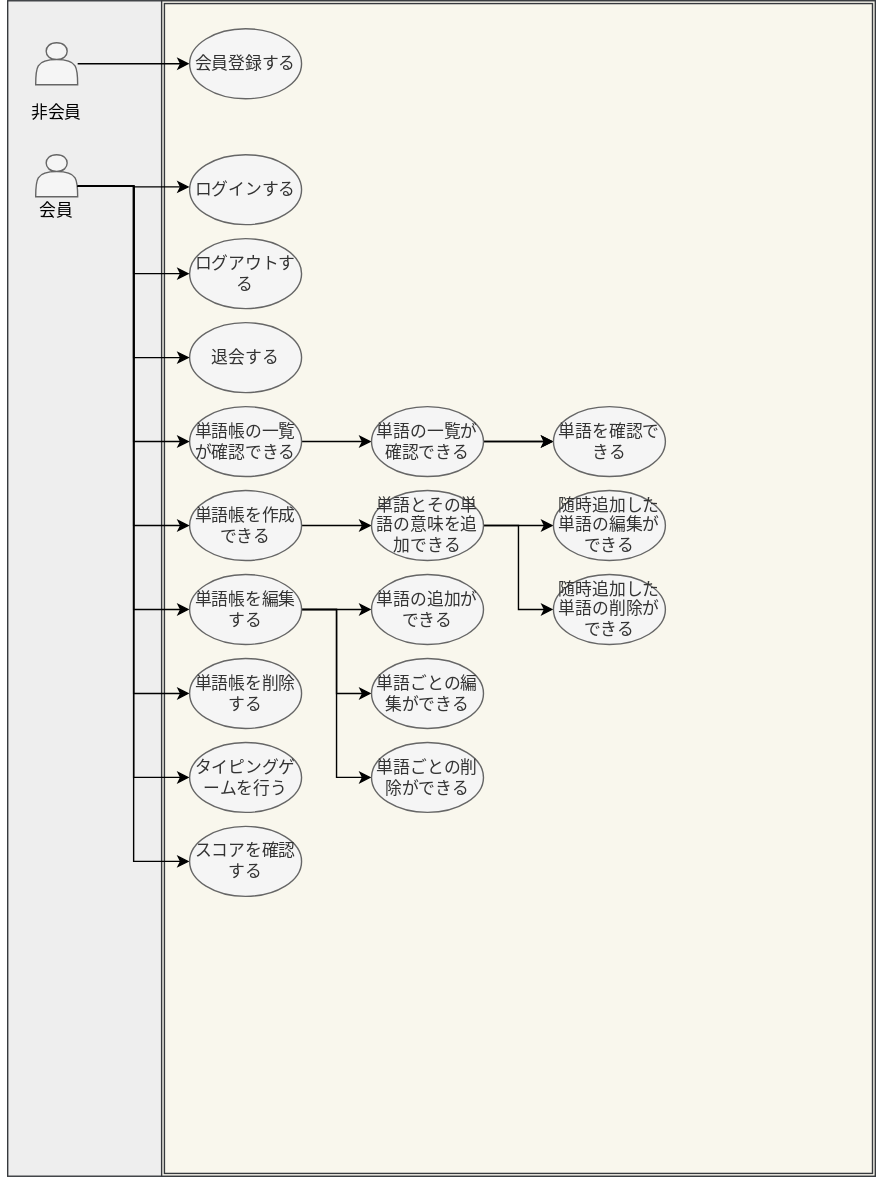
The draw.io diagram docs/images/usecase-diagram.drawio.svg in rikkyrice/typing-game, before a commit. Source tidied: cells renumbered, new cells last; positions are measured from the earlier drawing's top-left corner, leaving out a move shared by most shapes. Source of this version:
```xml
<mxGraphModel>
  <root>
    <mxCell id="0" />
    <mxCell id="1" parent="0" />
    <mxCell id="2" style="rounded=0;whiteSpace=wrap;html=1;strokeColor=#36393d;fillColor=#eeeeee;" parent="1" vertex="1">
      <mxGeometry x="5" width="620" height="840" as="geometry" />
    </mxCell>
    <mxCell id="3" style="rounded=0;whiteSpace=wrap;html=1;" parent="1" vertex="1">
      <mxGeometry x="155" y="250" width="120" height="60" as="geometry" />
    </mxCell>
    <mxCell id="4" style="shape=ext;double=1;rounded=0;whiteSpace=wrap;html=1;fillColor=#f9f7ed;strokeColor=#36393d;" parent="1" vertex="1">
      <mxGeometry x="115" width="510" height="840" as="geometry" />
    </mxCell>
    <mxCell id="5" style="edgeStyle=orthogonalEdgeStyle;rounded=0;jettySize=auto;html=1;entryX=0;entryY=0.5;entryDx=0;entryDy=0;strokeColor=#000000;" parent="1" edge="1" source="6" target="7">
      <mxGeometry relative="1" as="geometry" />
    </mxCell>
    <mxCell id="6" style="shape=actor;whiteSpace=wrap;html=1;fillColor=#f5f5f5;strokeColor=#666666;fontColor=#333333;" parent="1" vertex="1">
      <mxGeometry x="25" y="30" width="30" height="30" as="geometry" />
    </mxCell>
    <mxCell id="7" value="会員登録する" style="ellipse;whiteSpace=wrap;html=1;fillColor=#f5f5f5;strokeColor=#666666;fontColor=#333333;" parent="1" vertex="1">
      <mxGeometry x="135" y="20" width="80" height="50" as="geometry" />
    </mxCell>
    <object id="8" label="&lt;font color=&quot;#000000&quot;&gt;非会員&lt;/font&gt;" name="Variable" placeholders="1">
      <mxCell style="text;html=1;align=center;verticalAlign=middle;whiteSpace=wrap;overflow=hidden;" parent="1" vertex="1">
        <mxGeometry y="70" width="80" height="20" as="geometry" />
      </mxCell>
    </object>
    <mxCell id="9" style="edgeStyle=orthogonalEdgeStyle;rounded=0;jettySize=auto;html=1;exitX=1;exitY=0.75;exitDx=0;exitDy=0;entryX=0;entryY=0.5;entryDx=0;entryDy=0;strokeColor=#000000;fontColor=#333333;" parent="1" edge="1" source="12" target="33">
      <mxGeometry relative="1" as="geometry" />
    </mxCell>
    <mxCell id="10" style="edgeStyle=orthogonalEdgeStyle;rounded=0;jettySize=auto;html=1;exitX=1;exitY=0.75;exitDx=0;exitDy=0;entryX=0;entryY=0.5;entryDx=0;entryDy=0;strokeColor=#000000;fontColor=#333333;" parent="1" edge="1" source="12" target="34">
      <mxGeometry relative="1" as="geometry" />
    </mxCell>
    <mxCell id="11" style="edgeStyle=orthogonalEdgeStyle;rounded=0;jettySize=auto;html=1;exitX=1;exitY=0.75;exitDx=0;exitDy=0;entryX=0;entryY=0.5;entryDx=0;entryDy=0;strokeColor=#000000;fontColor=#333333;" parent="1" edge="1" source="12" target="35">
      <mxGeometry relative="1" as="geometry" />
    </mxCell>
    <mxCell id="12" style="shape=actor;whiteSpace=wrap;html=1;fillColor=#f5f5f5;strokeColor=#666666;fontColor=#333333;" parent="1" vertex="1">
      <mxGeometry x="25" y="110" width="30" height="30" as="geometry" />
    </mxCell>
    <object id="13" label="&lt;font color=&quot;#000000&quot;&gt;会員&lt;/font&gt;" name="Variable" placeholders="1">
      <mxCell style="text;html=1;strokeColor=none;fillColor=none;align=center;verticalAlign=middle;whiteSpace=wrap;overflow=hidden;" parent="1" vertex="1">
        <mxGeometry y="140" width="80" height="20" as="geometry" />
      </mxCell>
    </object>
    <mxCell id="14" value="ログインする" style="ellipse;whiteSpace=wrap;html=1;fillColor=#f5f5f5;strokeColor=#666666;fontColor=#333333;" parent="1" vertex="1">
      <mxGeometry x="135" y="110" width="80" height="50" as="geometry" />
    </mxCell>
    <mxCell id="15" style="edgeStyle=orthogonalEdgeStyle;rounded=0;jettySize=auto;html=1;strokeColor=#000000;exitX=1;exitY=0.75;exitDx=0;exitDy=0;" parent="1" edge="1" source="12">
      <mxGeometry relative="1" as="geometry">
        <mxPoint x="135" y="133" as="targetPoint" />
      </mxGeometry>
    </mxCell>
    <mxCell id="16" value="ログアウトする" style="ellipse;whiteSpace=wrap;html=1;fillColor=#f5f5f5;strokeColor=#666666;fontColor=#333333;" parent="1" vertex="1">
      <mxGeometry x="135" y="170" width="80" height="50" as="geometry" />
    </mxCell>
    <mxCell id="17" style="edgeStyle=orthogonalEdgeStyle;rounded=0;jettySize=auto;html=1;strokeColor=#000000;exitX=1;exitY=0.75;exitDx=0;exitDy=0;entryX=0;entryY=0.5;entryDx=0;entryDy=0;" parent="1" edge="1" source="12" target="16">
      <mxGeometry relative="1" as="geometry" />
    </mxCell>
    <mxCell id="18" value="退会する" style="ellipse;whiteSpace=wrap;html=1;fillColor=#f5f5f5;strokeColor=#666666;fontColor=#333333;" parent="1" vertex="1">
      <mxGeometry x="135" y="230" width="80" height="50" as="geometry" />
    </mxCell>
    <mxCell id="19" style="edgeStyle=orthogonalEdgeStyle;rounded=0;jettySize=auto;html=1;strokeColor=#000000;exitX=1;exitY=0.75;exitDx=0;exitDy=0;entryX=0;entryY=0.5;entryDx=0;entryDy=0;" parent="1" edge="1" source="12" target="18">
      <mxGeometry relative="1" as="geometry" />
    </mxCell>
    <mxCell id="20" style="edgeStyle=orthogonalEdgeStyle;rounded=0;jettySize=auto;html=1;strokeColor=#000000;fontColor=#333333;entryX=0;entryY=0.5;entryDx=0;entryDy=0;exitX=1;exitY=0.75;exitDx=0;exitDy=0;" parent="1" edge="1" source="12" target="30">
      <mxGeometry relative="1" as="geometry" />
    </mxCell>
    <mxCell id="21" style="edgeStyle=orthogonalEdgeStyle;rounded=0;jettySize=auto;html=1;exitX=1;exitY=0.5;exitDx=0;exitDy=0;entryX=0;entryY=0.5;entryDx=0;entryDy=0;strokeColor=#000000;fontColor=#333333;" parent="1" edge="1" source="43" target="38">
      <mxGeometry relative="1" as="geometry" />
    </mxCell>
    <mxCell id="22" style="edgeStyle=orthogonalEdgeStyle;rounded=0;jettySize=auto;html=1;exitX=1;exitY=0.5;exitDx=0;exitDy=0;entryX=0;entryY=0.5;entryDx=0;entryDy=0;strokeColor=#000000;fontColor=#333333;" parent="1" edge="1" source="25" target="39">
      <mxGeometry relative="1" as="geometry" />
    </mxCell>
    <mxCell id="23" style="edgeStyle=orthogonalEdgeStyle;rounded=0;jettySize=auto;html=1;exitX=1;exitY=0.5;exitDx=0;exitDy=0;entryX=0;entryY=0.5;entryDx=0;entryDy=0;strokeColor=#000000;fontColor=#333333;" parent="1" edge="1" source="39" target="40">
      <mxGeometry relative="1" as="geometry" />
    </mxCell>
    <mxCell id="24" style="edgeStyle=orthogonalEdgeStyle;rounded=0;jettySize=auto;html=1;exitX=1;exitY=0.5;exitDx=0;exitDy=0;entryX=0;entryY=0.5;entryDx=0;entryDy=0;strokeColor=#000000;fontColor=#333333;" parent="1" edge="1" source="39" target="41">
      <mxGeometry relative="1" as="geometry" />
    </mxCell>
    <mxCell id="25" value="単語帳を作成できる" style="ellipse;whiteSpace=wrap;html=1;fillColor=#f5f5f5;strokeColor=#666666;fontColor=#333333;" parent="1" vertex="1">
      <mxGeometry x="135" y="350" width="80" height="50" as="geometry" />
    </mxCell>
    <mxCell id="26" style="edgeStyle=orthogonalEdgeStyle;rounded=0;jettySize=auto;html=1;strokeColor=#000000;exitX=1;exitY=0.75;exitDx=0;exitDy=0;entryX=0;entryY=0.5;entryDx=0;entryDy=0;" parent="1" edge="1" source="12" target="25">
      <mxGeometry relative="1" as="geometry" />
    </mxCell>
    <mxCell id="27" style="edgeStyle=orthogonalEdgeStyle;rounded=0;jettySize=auto;html=1;exitX=1;exitY=0.5;exitDx=0;exitDy=0;entryX=0;entryY=0.5;entryDx=0;entryDy=0;strokeColor=#000000;fontColor=#333333;" parent="1" edge="1" source="30" target="31">
      <mxGeometry relative="1" as="geometry" />
    </mxCell>
    <mxCell id="28" style="edgeStyle=orthogonalEdgeStyle;rounded=0;jettySize=auto;html=1;strokeColor=#000000;fontColor=#333333;entryX=0;entryY=0.5;entryDx=0;entryDy=0;" parent="1" edge="1" source="30" target="42">
      <mxGeometry relative="1" as="geometry" />
    </mxCell>
    <mxCell id="29" style="edgeStyle=orthogonalEdgeStyle;rounded=0;jettySize=auto;html=1;entryX=0;entryY=0.5;entryDx=0;entryDy=0;strokeColor=#000000;fontColor=#333333;" parent="1" edge="1" source="30" target="32">
      <mxGeometry relative="1" as="geometry" />
    </mxCell>
    <mxCell id="30" value="単語帳を編集する" style="ellipse;whiteSpace=wrap;html=1;fillColor=#f5f5f5;strokeColor=#666666;fontColor=#333333;" parent="1" vertex="1">
      <mxGeometry x="135" y="410" width="80" height="50" as="geometry" />
    </mxCell>
    <mxCell id="31" value="単語ごとの編集ができる" style="ellipse;whiteSpace=wrap;html=1;fillColor=#f5f5f5;strokeColor=#666666;fontColor=#333333;" parent="1" vertex="1">
      <mxGeometry x="265" y="470" width="80" height="50" as="geometry" />
    </mxCell>
    <mxCell id="32" value="単語ごとの削除ができる" style="ellipse;whiteSpace=wrap;html=1;fillColor=#f5f5f5;strokeColor=#666666;fontColor=#333333;" parent="1" vertex="1">
      <mxGeometry x="265" y="530" width="80" height="50" as="geometry" />
    </mxCell>
    <mxCell id="33" value="単語帳を削除する" style="ellipse;whiteSpace=wrap;html=1;fillColor=#f5f5f5;strokeColor=#666666;fontColor=#333333;" parent="1" vertex="1">
      <mxGeometry x="135" y="470" width="80" height="50" as="geometry" />
    </mxCell>
    <mxCell id="34" value="タイピングゲームを行う" style="ellipse;whiteSpace=wrap;html=1;fillColor=#f5f5f5;strokeColor=#666666;fontColor=#333333;" parent="1" vertex="1">
      <mxGeometry x="135" y="530" width="80" height="50" as="geometry" />
    </mxCell>
    <mxCell id="35" value="スコアを確認する" style="ellipse;whiteSpace=wrap;html=1;fillColor=#f5f5f5;strokeColor=#666666;fontColor=#333333;" parent="1" vertex="1">
      <mxGeometry x="135" y="590" width="80" height="50" as="geometry" />
    </mxCell>
    <mxCell id="36" style="edgeStyle=orthogonalEdgeStyle;rounded=0;jettySize=auto;html=1;exitX=1;exitY=0.5;exitDx=0;exitDy=0;entryX=0;entryY=0.5;entryDx=0;entryDy=0;" parent="1" edge="1" source="38" target="45">
      <mxGeometry relative="1" as="geometry" />
    </mxCell>
    <mxCell id="37" style="edgeStyle=orthogonalEdgeStyle;rounded=0;jettySize=auto;html=1;exitX=1;exitY=0.5;exitDx=0;exitDy=0;entryX=0;entryY=0.5;entryDx=0;entryDy=0;strokeColor=#000000;" parent="1" edge="1" source="38" target="45">
      <mxGeometry relative="1" as="geometry" />
    </mxCell>
    <mxCell id="38" value="単語の一覧が確認できる" style="ellipse;whiteSpace=wrap;html=1;fillColor=#f5f5f5;strokeColor=#666666;fontColor=#333333;" parent="1" vertex="1">
      <mxGeometry x="265" y="290" width="80" height="50" as="geometry" />
    </mxCell>
    <mxCell id="39" value="単語とその単語の意味を追加できる" style="ellipse;whiteSpace=wrap;html=1;fillColor=#f5f5f5;strokeColor=#666666;fontColor=#333333;" parent="1" vertex="1">
      <mxGeometry x="265" y="350" width="80" height="50" as="geometry" />
    </mxCell>
    <mxCell id="40" value="随時追加した単語の編集ができる" style="ellipse;whiteSpace=wrap;html=1;fillColor=#f5f5f5;strokeColor=#666666;fontColor=#333333;" parent="1" vertex="1">
      <mxGeometry x="395" y="350" width="80" height="50" as="geometry" />
    </mxCell>
    <mxCell id="41" value="随時追加した単語の削除ができる" style="ellipse;whiteSpace=wrap;html=1;fillColor=#f5f5f5;strokeColor=#666666;fontColor=#333333;" parent="1" vertex="1">
      <mxGeometry x="395" y="410" width="80" height="50" as="geometry" />
    </mxCell>
    <mxCell id="42" value="単語の追加ができる" style="ellipse;whiteSpace=wrap;html=1;fillColor=#f5f5f5;strokeColor=#666666;fontColor=#333333;" parent="1" vertex="1">
      <mxGeometry x="265" y="410" width="80" height="50" as="geometry" />
    </mxCell>
    <mxCell id="43" value="単語帳の一覧が確認できる" style="ellipse;whiteSpace=wrap;html=1;fillColor=#f5f5f5;strokeColor=#666666;fontColor=#333333;" parent="1" vertex="1">
      <mxGeometry x="135" y="290" width="80" height="50" as="geometry" />
    </mxCell>
    <mxCell id="44" style="edgeStyle=orthogonalEdgeStyle;rounded=0;jettySize=auto;html=1;strokeColor=#000000;exitX=1;exitY=0.75;exitDx=0;exitDy=0;entryX=0;entryY=0.5;entryDx=0;entryDy=0;" parent="1" edge="1" source="12" target="43">
      <mxGeometry relative="1" as="geometry" />
    </mxCell>
    <mxCell id="45" value="単語を確認できる" style="ellipse;whiteSpace=wrap;html=1;fillColor=#f5f5f5;strokeColor=#666666;fontColor=#333333;" parent="1" vertex="1">
      <mxGeometry x="395" y="290" width="80" height="50" as="geometry" />
    </mxCell>
  </root>
</mxGraphModel>
```
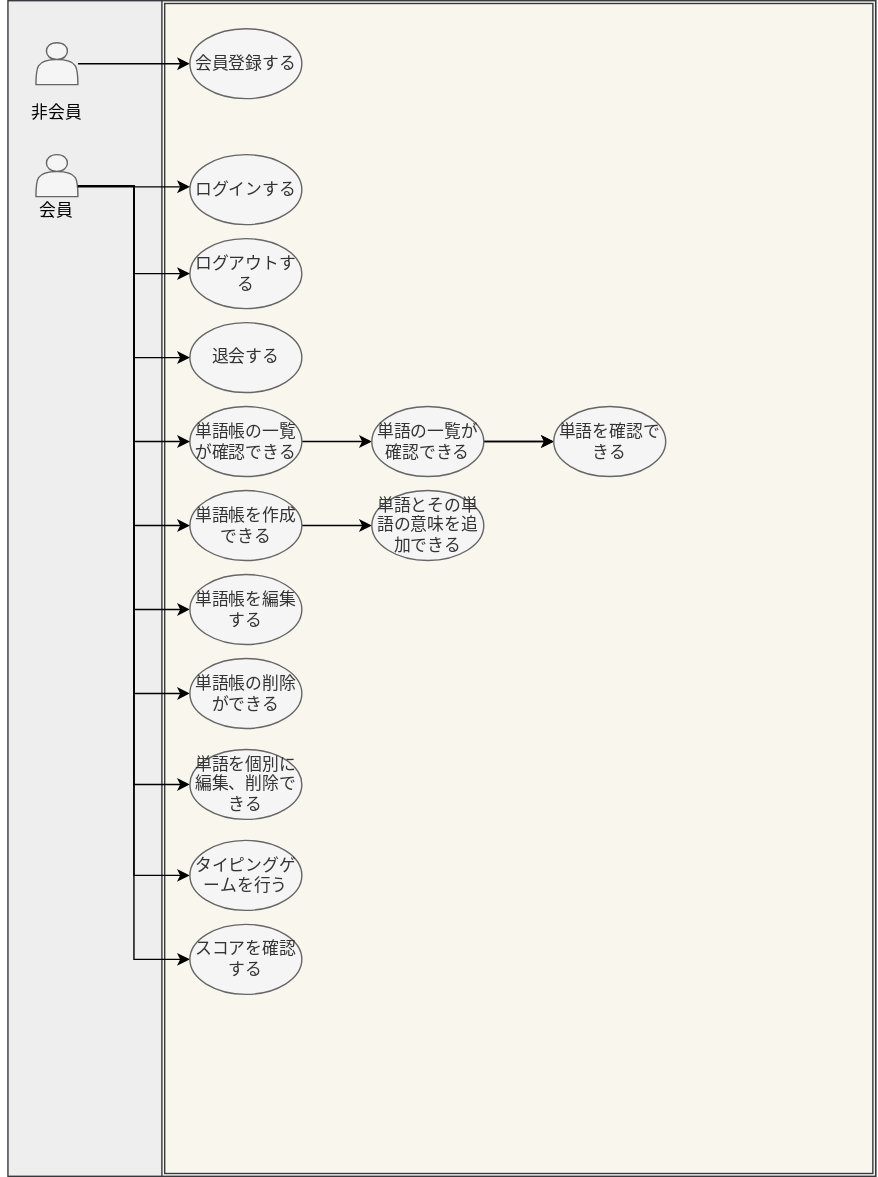
Above is the later version.

The edit, as a diff of the source:
```diff
@@ -71,44 +71,23 @@
     <mxCell id="22" style="edgeStyle=orthogonalEdgeStyle;rounded=0;jettySize=auto;html=1;exitX=1;exitY=0.5;exitDx=0;exitDy=0;entryX=0;entryY=0.5;entryDx=0;entryDy=0;strokeColor=#000000;fontColor=#333333;" parent="1" edge="1" source="25" target="39">
       <mxGeometry relative="1" as="geometry" />
     </mxCell>
-    <mxCell id="23" style="edgeStyle=orthogonalEdgeStyle;rounded=0;jettySize=auto;html=1;exitX=1;exitY=0.5;exitDx=0;exitDy=0;entryX=0;entryY=0.5;entryDx=0;entryDy=0;strokeColor=#000000;fontColor=#333333;" parent="1" edge="1" source="39" target="40">
-      <mxGeometry relative="1" as="geometry" />
-    </mxCell>
-    <mxCell id="24" style="edgeStyle=orthogonalEdgeStyle;rounded=0;jettySize=auto;html=1;exitX=1;exitY=0.5;exitDx=0;exitDy=0;entryX=0;entryY=0.5;entryDx=0;entryDy=0;strokeColor=#000000;fontColor=#333333;" parent="1" edge="1" source="39" target="41">
-      <mxGeometry relative="1" as="geometry" />
-    </mxCell>
     <mxCell id="25" value="単語帳を作成できる" style="ellipse;whiteSpace=wrap;html=1;fillColor=#f5f5f5;strokeColor=#666666;fontColor=#333333;" parent="1" vertex="1">
       <mxGeometry x="135" y="350" width="80" height="50" as="geometry" />
     </mxCell>
     <mxCell id="26" style="edgeStyle=orthogonalEdgeStyle;rounded=0;jettySize=auto;html=1;strokeColor=#000000;exitX=1;exitY=0.75;exitDx=0;exitDy=0;entryX=0;entryY=0.5;entryDx=0;entryDy=0;" parent="1" edge="1" source="12" target="25">
       <mxGeometry relative="1" as="geometry" />
     </mxCell>
-    <mxCell id="27" style="edgeStyle=orthogonalEdgeStyle;rounded=0;jettySize=auto;html=1;exitX=1;exitY=0.5;exitDx=0;exitDy=0;entryX=0;entryY=0.5;entryDx=0;entryDy=0;strokeColor=#000000;fontColor=#333333;" parent="1" edge="1" source="30" target="31">
-      <mxGeometry relative="1" as="geometry" />
-    </mxCell>
-    <mxCell id="28" style="edgeStyle=orthogonalEdgeStyle;rounded=0;jettySize=auto;html=1;strokeColor=#000000;fontColor=#333333;entryX=0;entryY=0.5;entryDx=0;entryDy=0;" parent="1" edge="1" source="30" target="42">
-      <mxGeometry relative="1" as="geometry" />
-    </mxCell>
-    <mxCell id="29" style="edgeStyle=orthogonalEdgeStyle;rounded=0;jettySize=auto;html=1;entryX=0;entryY=0.5;entryDx=0;entryDy=0;strokeColor=#000000;fontColor=#333333;" parent="1" edge="1" source="30" target="32">
-      <mxGeometry relative="1" as="geometry" />
-    </mxCell>
     <mxCell id="30" value="単語帳を編集する" style="ellipse;whiteSpace=wrap;html=1;fillColor=#f5f5f5;strokeColor=#666666;fontColor=#333333;" parent="1" vertex="1">
       <mxGeometry x="135" y="410" width="80" height="50" as="geometry" />
     </mxCell>
-    <mxCell id="31" value="単語ごとの編集ができる" style="ellipse;whiteSpace=wrap;html=1;fillColor=#f5f5f5;strokeColor=#666666;fontColor=#333333;" parent="1" vertex="1">
-      <mxGeometry x="265" y="470" width="80" height="50" as="geometry" />
-    </mxCell>
-    <mxCell id="32" value="単語ごとの削除ができる" style="ellipse;whiteSpace=wrap;html=1;fillColor=#f5f5f5;strokeColor=#666666;fontColor=#333333;" parent="1" vertex="1">
-      <mxGeometry x="265" y="530" width="80" height="50" as="geometry" />
-    </mxCell>
-    <mxCell id="33" value="単語帳を削除する" style="ellipse;whiteSpace=wrap;html=1;fillColor=#f5f5f5;strokeColor=#666666;fontColor=#333333;" parent="1" vertex="1">
+    <mxCell id="33" value="単語帳の削除ができる" style="ellipse;whiteSpace=wrap;html=1;fillColor=#f5f5f5;strokeColor=#666666;fontColor=#333333;" parent="1" vertex="1">
       <mxGeometry x="135" y="470" width="80" height="50" as="geometry" />
     </mxCell>
     <mxCell id="34" value="タイピングゲームを行う" style="ellipse;whiteSpace=wrap;html=1;fillColor=#f5f5f5;strokeColor=#666666;fontColor=#333333;" parent="1" vertex="1">
-      <mxGeometry x="135" y="530" width="80" height="50" as="geometry" />
+      <mxGeometry x="135" y="600" width="80" height="50" as="geometry" />
     </mxCell>
     <mxCell id="35" value="スコアを確認する" style="ellipse;whiteSpace=wrap;html=1;fillColor=#f5f5f5;strokeColor=#666666;fontColor=#333333;" parent="1" vertex="1">
-      <mxGeometry x="135" y="590" width="80" height="50" as="geometry" />
+      <mxGeometry x="135" y="660" width="80" height="50" as="geometry" />
     </mxCell>
     <mxCell id="36" style="edgeStyle=orthogonalEdgeStyle;rounded=0;jettySize=auto;html=1;exitX=1;exitY=0.5;exitDx=0;exitDy=0;entryX=0;entryY=0.5;entryDx=0;entryDy=0;" parent="1" edge="1" source="38" target="45">
       <mxGeometry relative="1" as="geometry" />
@@ -122,15 +101,6 @@
     <mxCell id="39" value="単語とその単語の意味を追加できる" style="ellipse;whiteSpace=wrap;html=1;fillColor=#f5f5f5;strokeColor=#666666;fontColor=#333333;" parent="1" vertex="1">
       <mxGeometry x="265" y="350" width="80" height="50" as="geometry" />
     </mxCell>
-    <mxCell id="40" value="随時追加した単語の編集ができる" style="ellipse;whiteSpace=wrap;html=1;fillColor=#f5f5f5;strokeColor=#666666;fontColor=#333333;" parent="1" vertex="1">
-      <mxGeometry x="395" y="350" width="80" height="50" as="geometry" />
-    </mxCell>
-    <mxCell id="41" value="随時追加した単語の削除ができる" style="ellipse;whiteSpace=wrap;html=1;fillColor=#f5f5f5;strokeColor=#666666;fontColor=#333333;" parent="1" vertex="1">
-      <mxGeometry x="395" y="410" width="80" height="50" as="geometry" />
-    </mxCell>
-    <mxCell id="42" value="単語の追加ができる" style="ellipse;whiteSpace=wrap;html=1;fillColor=#f5f5f5;strokeColor=#666666;fontColor=#333333;" parent="1" vertex="1">
-      <mxGeometry x="265" y="410" width="80" height="50" as="geometry" />
-    </mxCell>
     <mxCell id="43" value="単語帳の一覧が確認できる" style="ellipse;whiteSpace=wrap;html=1;fillColor=#f5f5f5;strokeColor=#666666;fontColor=#333333;" parent="1" vertex="1">
       <mxGeometry x="135" y="290" width="80" height="50" as="geometry" />
     </mxCell>
@@ -140,5 +110,13 @@
     <mxCell id="45" value="単語を確認できる" style="ellipse;whiteSpace=wrap;html=1;fillColor=#f5f5f5;strokeColor=#666666;fontColor=#333333;" parent="1" vertex="1">
       <mxGeometry x="395" y="290" width="80" height="50" as="geometry" />
     </mxCell>
+    <mxCell id="46" style="edgeStyle=orthogonalEdgeStyle;rounded=0;jettySize=auto;html=1;exitX=1;exitY=0.75;exitDx=0;exitDy=0;entryX=0;entryY=0.5;entryDx=0;entryDy=0;strokeColor=#000000;fontColor=#333333;" parent="1" edge="1" target="47">
+      <mxGeometry relative="1" as="geometry">
+        <mxPoint x="55" y="133" as="sourcePoint" />
+      </mxGeometry>
+    </mxCell>
+    <mxCell id="47" value="単語を個別に編集、削除できる" style="ellipse;whiteSpace=wrap;html=1;fillColor=#f5f5f5;strokeColor=#666666;fontColor=#333333;" parent="1" vertex="1">
+      <mxGeometry x="135" y="535" width="80" height="50" as="geometry" />
+    </mxCell>
   </root>
 </mxGraphModel>
```
